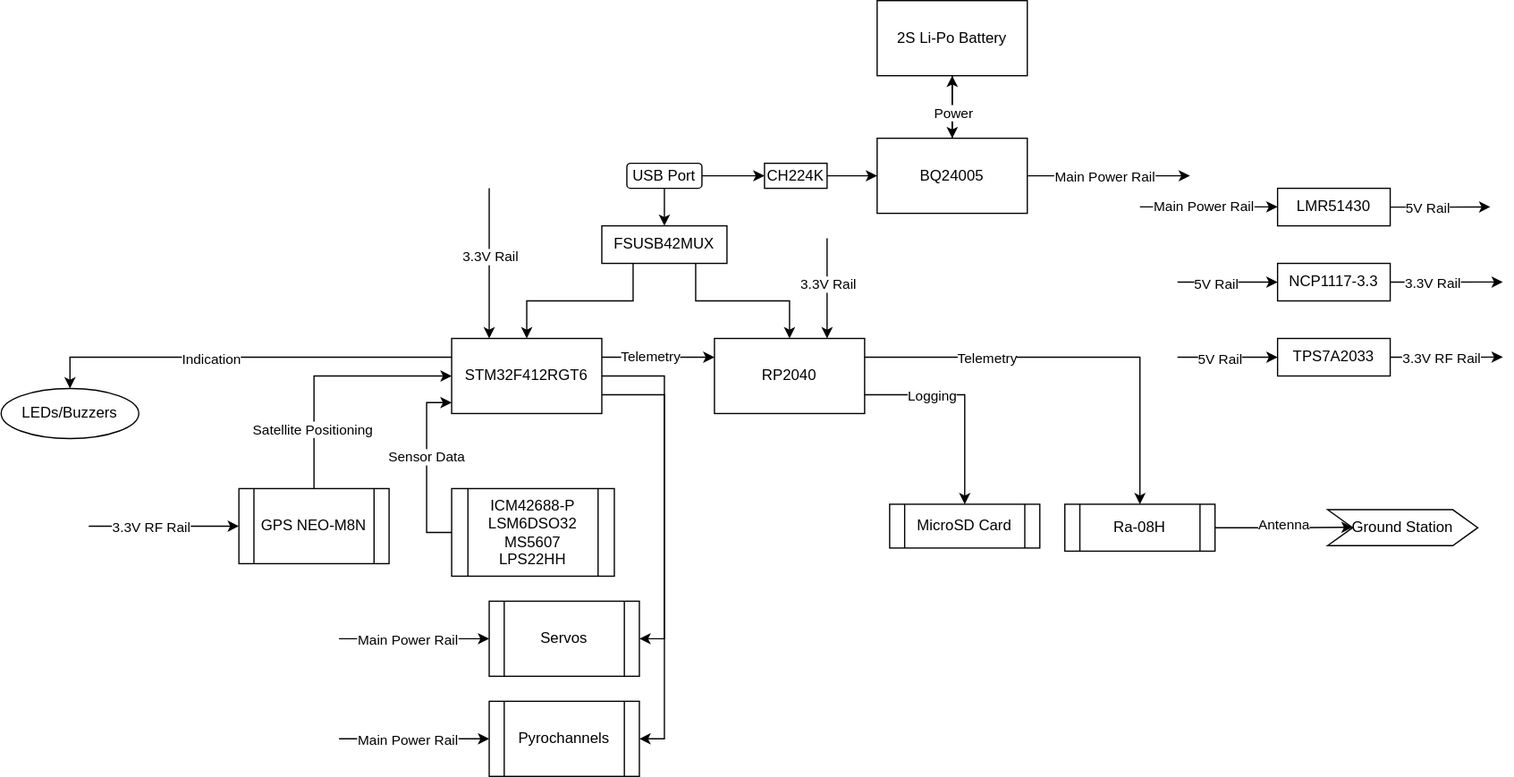
Above: images/Polaris.svg in Venat1103/Polaris (draw.io), before the change. Source tidied: cells renumbered, new cells last; positions are measured from the earlier drawing's top-left corner, leaving out a move shared by most shapes.
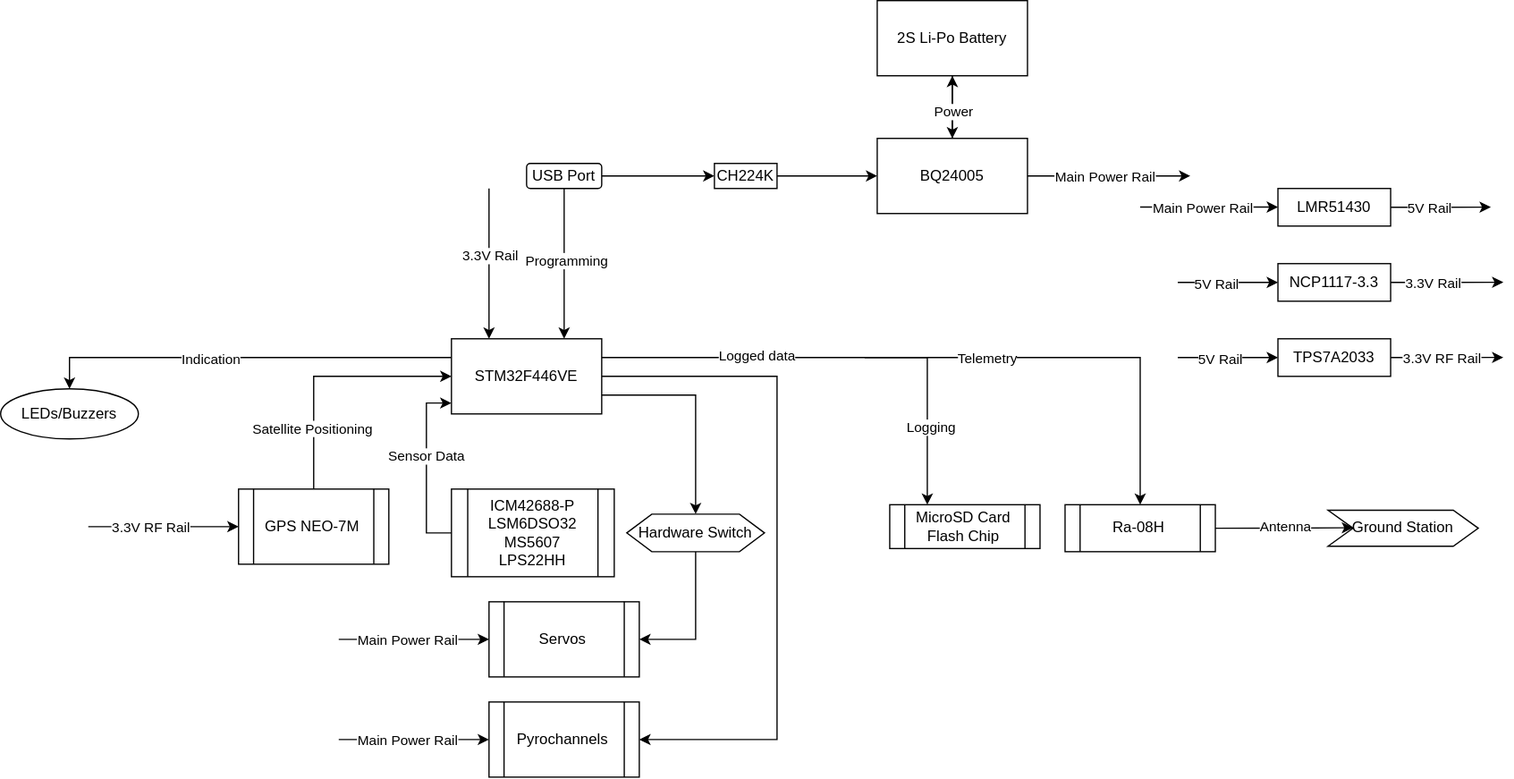
After the commit.

Commit message:
Updated System architecture diagram

The edit, as a diff of the source:
```diff
@@ -5,48 +5,52 @@
     <mxCell id="2" style="edgeStyle=orthogonalEdgeStyle;rounded=0;jettySize=auto;html=1;exitX=1;exitY=0.5;exitDx=0;exitDy=0;" parent="1" edge="1" source="4" target="39">
       <mxGeometry relative="1" as="geometry" />
     </mxCell>
-    <mxCell id="3" style="edgeStyle=orthogonalEdgeStyle;rounded=0;jettySize=auto;html=1;exitX=0.5;exitY=1;exitDx=0;exitDy=0;entryX=0.5;entryY=0;entryDx=0;entryDy=0;" parent="1" edge="1" source="4" target="42">
-      <mxGeometry relative="1" as="geometry" />
-    </mxCell>
+    <mxCell id="68" style="edgeStyle=orthogonalEdgeStyle;rounded=0;jettySize=auto;html=1;exitX=0.5;exitY=1;exitDx=0;exitDy=0;entryX=0.75;entryY=0;entryDx=0;entryDy=0;" parent="1" edge="1" source="4" target="11">
+      <mxGeometry relative="1" as="geometry" />
+    </mxCell>
+    <mxCell id="69" value="Programming" style="edgeLabel;html=1;align=center;verticalAlign=middle;" parent="68" vertex="1">
+      <mxGeometry x="-0.06" y="1" relative="1" as="geometry" />
+    </mxCell>
     <mxCell id="4" value="USB Port" style="rounded=1;whiteSpace=wrap;html=1;" parent="1" vertex="1">
-      <mxGeometry x="500" y="130" width="60" height="20" as="geometry" />
+      <mxGeometry x="420" y="130" width="60" height="20" as="geometry" />
     </mxCell>
-    <mxCell id="5" style="edgeStyle=orthogonalEdgeStyle;rounded=0;jettySize=auto;html=1;exitX=1;exitY=0.25;exitDx=0;exitDy=0;entryX=0;entryY=0.25;entryDx=0;entryDy=0;" parent="1" edge="1" source="11" target="16">
-      <mxGeometry relative="1" as="geometry" />
-    </mxCell>
-    <mxCell id="6" value="Telemetry" style="edgeLabel;html=1;align=center;verticalAlign=middle;" parent="5" vertex="1">
-      <mxGeometry x="-0.15" y="1" relative="1" as="geometry" />
-    </mxCell>
     <mxCell id="7" style="edgeStyle=orthogonalEdgeStyle;rounded=0;jettySize=auto;html=1;exitX=0;exitY=0.25;exitDx=0;exitDy=0;entryX=0.5;entryY=0;entryDx=0;entryDy=0;" parent="1" edge="1" source="11" target="29">
       <mxGeometry relative="1" as="geometry" />
     </mxCell>
     <mxCell id="8" value="Indication" style="edgeLabel;html=1;align=center;verticalAlign=middle;" parent="7" vertex="1">
       <mxGeometry x="0.17" y="1" relative="1" as="geometry" />
     </mxCell>
-    <mxCell id="9" style="edgeStyle=orthogonalEdgeStyle;rounded=0;jettySize=auto;html=1;exitX=1;exitY=0.75;exitDx=0;exitDy=0;entryX=1;entryY=0.5;entryDx=0;entryDy=0;" parent="1" edge="1" source="11" target="36">
+    <mxCell id="9" style="edgeStyle=orthogonalEdgeStyle;rounded=0;jettySize=auto;html=1;exitX=0.5;exitY=1;exitDx=0;exitDy=0;entryX=1;entryY=0.5;entryDx=0;entryDy=0;" parent="1" edge="1" source="73" target="36">
       <mxGeometry relative="1" as="geometry" />
     </mxCell>
+    <mxCell id="70" style="edgeStyle=orthogonalEdgeStyle;rounded=0;jettySize=auto;html=1;exitX=1;exitY=0.25;exitDx=0;exitDy=0;entryX=0.25;entryY=0;entryDx=0;entryDy=0;" parent="1" edge="1" source="11" target="25">
+      <mxGeometry relative="1" as="geometry" />
+    </mxCell>
+    <mxCell id="71" value="Logged data" style="edgeLabel;html=1;align=center;verticalAlign=middle;" parent="70" vertex="1">
+      <mxGeometry x="-0.35" y="2" relative="1" as="geometry" />
+    </mxCell>
+    <mxCell id="13" value="Logging" style="edgeLabel;html=1;align=center;verticalAlign=middle;" parent="70" vertex="1">
+      <mxGeometry x="0.67" y="2" relative="1" as="geometry" />
+    </mxCell>
     <mxCell id="10" style="edgeStyle=orthogonalEdgeStyle;rounded=0;jettySize=auto;html=1;exitX=1;exitY=0.5;exitDx=0;exitDy=0;entryX=1;entryY=0.5;entryDx=0;entryDy=0;" parent="1" edge="1" source="11" target="37">
-      <mxGeometry relative="1" as="geometry" />
+      <mxGeometry relative="1" as="geometry">
+        <Array as="points">
+          <mxPoint x="620" y="300" />
+          <mxPoint x="620" y="590" />
+        </Array>
+      </mxGeometry>
     </mxCell>
-    <mxCell id="11" value="STM32F412RGT6" style="rounded=0;whiteSpace=wrap;html=1;" parent="1" vertex="1">
+    <mxCell id="11" value="STM32F446VE" style="rounded=0;whiteSpace=wrap;html=1;" parent="1" vertex="1">
       <mxGeometry x="360" y="270" width="120" height="60" as="geometry" />
     </mxCell>
-    <mxCell id="12" style="edgeStyle=orthogonalEdgeStyle;rounded=0;jettySize=auto;html=1;exitX=1;exitY=0.75;exitDx=0;exitDy=0;entryX=0.5;entryY=0;entryDx=0;entryDy=0;" parent="1" edge="1" source="16" target="25">
-      <mxGeometry relative="1" as="geometry" />
-    </mxCell>
-    <mxCell id="13" value="Logging" style="edgeLabel;html=1;align=center;verticalAlign=middle;" parent="12" vertex="1">
-      <mxGeometry x="-0.37" relative="1" as="geometry" />
-    </mxCell>
-    <mxCell id="14" style="edgeStyle=orthogonalEdgeStyle;rounded=0;jettySize=auto;html=1;exitX=1;exitY=0.25;exitDx=0;exitDy=0;entryX=0.5;entryY=0;entryDx=0;entryDy=0;" parent="1" edge="1" source="16" target="28">
-      <mxGeometry relative="1" as="geometry" />
+    <mxCell id="14" style="edgeStyle=orthogonalEdgeStyle;rounded=0;jettySize=auto;html=1;exitX=1;exitY=0.25;exitDx=0;exitDy=0;entryX=0.5;entryY=0;entryDx=0;entryDy=0;" parent="1" edge="1" target="28">
+      <mxGeometry relative="1" as="geometry">
+        <mxPoint x="690" y="285" as="sourcePoint" />
+      </mxGeometry>
     </mxCell>
     <mxCell id="15" value="Telemetry" style="edgeLabel;html=1;align=center;verticalAlign=middle;" parent="14" vertex="1">
       <mxGeometry x="-0.43" relative="1" as="geometry" />
     </mxCell>
-    <mxCell id="16" value="RP2040" style="rounded=0;whiteSpace=wrap;html=1;" parent="1" vertex="1">
-      <mxGeometry x="570" y="270" width="120" height="60" as="geometry" />
-    </mxCell>
     <mxCell id="17" style="edgeStyle=orthogonalEdgeStyle;rounded=0;jettySize=auto;html=1;exitX=0.5;exitY=0;exitDx=0;exitDy=0;entryX=0.5;entryY=1;entryDx=0;entryDy=0;" parent="1" edge="1" source="20" target="35">
       <mxGeometry relative="1" as="geometry" />
     </mxCell>
@@ -72,10 +76,10 @@
     <mxCell id="23" value="Satellite Positioning" style="edgeLabel;html=1;align=center;verticalAlign=middle;" parent="22" vertex="1">
       <mxGeometry x="-0.52" y="2" relative="1" as="geometry" />
     </mxCell>
-    <mxCell id="24" value="GPS NEO-M8N" style="shape=process;whiteSpace=wrap;html=1;backgroundOutline=1;" parent="1" vertex="1">
+    <mxCell id="24" value="GPS NEO-7M" style="shape=process;whiteSpace=wrap;html=1;backgroundOutline=1;" parent="1" vertex="1">
       <mxGeometry x="190" y="390" width="120" height="60" as="geometry" />
     </mxCell>
-    <mxCell id="25" value="MicroSD Card" style="shape=process;whiteSpace=wrap;html=1;backgroundOutline=1;" parent="1" vertex="1">
+    <mxCell id="25" value="MicroSD Card&lt;div&gt;Flash Chip&lt;/div&gt;" style="shape=process;whiteSpace=wrap;html=1;backgroundOutline=1;" parent="1" vertex="1">
       <mxGeometry x="710" y="402.5" width="120" height="35" as="geometry" />
     </mxCell>
     <mxCell id="26" style="edgeStyle=orthogonalEdgeStyle;rounded=0;jettySize=auto;html=1;exitX=1;exitY=0.5;exitDx=0;exitDy=0;" parent="1" edge="1" source="28">
@@ -122,17 +126,8 @@
       <mxGeometry relative="1" as="geometry" />
     </mxCell>
     <mxCell id="39" value="CH224K" style="rounded=0;whiteSpace=wrap;html=1;" parent="1" vertex="1">
-      <mxGeometry x="610" y="130" width="50" height="20" as="geometry" />
+      <mxGeometry x="570" y="130" width="50" height="20" as="geometry" />
     </mxCell>
-    <mxCell id="40" style="edgeStyle=orthogonalEdgeStyle;rounded=0;jettySize=auto;html=1;exitX=0.25;exitY=1;exitDx=0;exitDy=0;entryX=0.5;entryY=0;entryDx=0;entryDy=0;" parent="1" edge="1" source="42" target="11">
-      <mxGeometry relative="1" as="geometry" />
-    </mxCell>
-    <mxCell id="41" style="edgeStyle=orthogonalEdgeStyle;rounded=0;jettySize=auto;html=1;exitX=0.75;exitY=1;exitDx=0;exitDy=0;entryX=0.5;entryY=0;entryDx=0;entryDy=0;" parent="1" edge="1" source="42" target="16">
-      <mxGeometry relative="1" as="geometry" />
-    </mxCell>
-    <mxCell id="42" value="FSUSB42MUX" style="rounded=0;whiteSpace=wrap;html=1;" parent="1" vertex="1">
-      <mxGeometry x="480" y="180" width="100" height="30" as="geometry" />
-    </mxCell>
     <mxCell id="43" style="edgeStyle=orthogonalEdgeStyle;rounded=0;jettySize=auto;html=1;exitX=1;exitY=0.5;exitDx=0;exitDy=0;" parent="1" edge="1" source="45">
       <mxGeometry relative="1" as="geometry">
         <mxPoint x="1190" y="164.9" as="targetPoint" />
@@ -205,14 +200,6 @@
     <mxCell id="59" value="3.3V Rail" style="edgeLabel;html=1;align=center;verticalAlign=middle;" parent="58" vertex="1">
       <mxGeometry x="-0.11" relative="1" as="geometry" />
     </mxCell>
-    <mxCell id="60" style="endArrow=classic;html=1;rounded=0;entryX=0.75;entryY=0;entryDx=0;entryDy=0;" parent="1" edge="1" target="16">
-      <mxGeometry relative="1" as="geometry">
-        <mxPoint x="660" y="190" as="sourcePoint" />
-      </mxGeometry>
-    </mxCell>
-    <mxCell id="61" value="3.3V Rail" style="edgeLabel;html=1;align=center;verticalAlign=middle;" parent="60" vertex="1">
-      <mxGeometry x="-0.11" relative="1" as="geometry" />
-    </mxCell>
     <mxCell id="62" style="endArrow=classic;html=1;rounded=0;entryX=0;entryY=0.5;entryDx=0;entryDy=0;" parent="1" edge="1" target="36">
       <mxGeometry relative="1" as="geometry">
         <mxPoint x="270" y="510" as="sourcePoint" />
@@ -243,5 +230,11 @@
         <mxPoint x="12" y="-1" as="offset" />
       </mxGeometry>
     </mxCell>
+    <mxCell id="72" style="edgeStyle=orthogonalEdgeStyle;rounded=0;jettySize=auto;html=1;exitX=1;exitY=0.75;exitDx=0;exitDy=0;entryX=0.5;entryY=0;entryDx=0;entryDy=0;" parent="1" edge="1" source="11" target="73">
+      <mxGeometry relative="1" as="geometry" />
+    </mxCell>
+    <mxCell id="73" value="Hardware Switch" style="shape=hexagon;perimeter=hexagonPerimeter2;whiteSpace=wrap;html=1;fixedSize=1;" parent="1" vertex="1">
+      <mxGeometry x="500" y="410" width="110" height="30" as="geometry" />
+    </mxCell>
   </root>
 </mxGraphModel>
```
